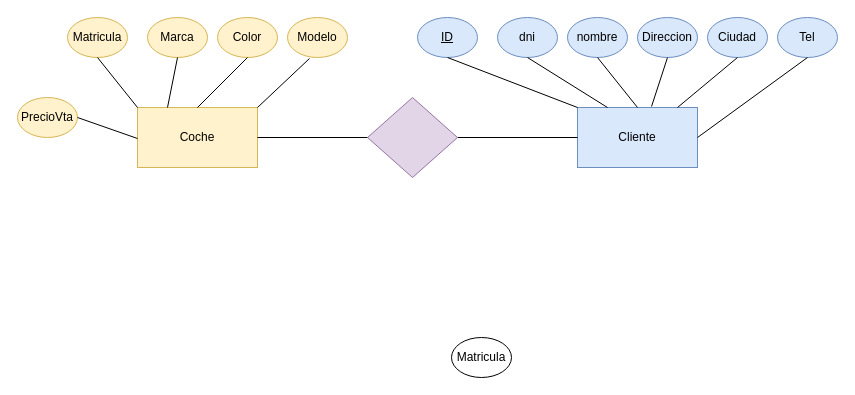
Before: coches.drawio in jesicaacosta/PracticasAutocadMedios1, a draw.io diagram. Source tidied: cells renumbered, new cells numbered last; positions are measured from the earlier drawing's top-left corner, leaving out a move shared by most shapes. Both pictures are drawn from the tidied source at 100%, with x=0, y=0 at pixel (17, 17).
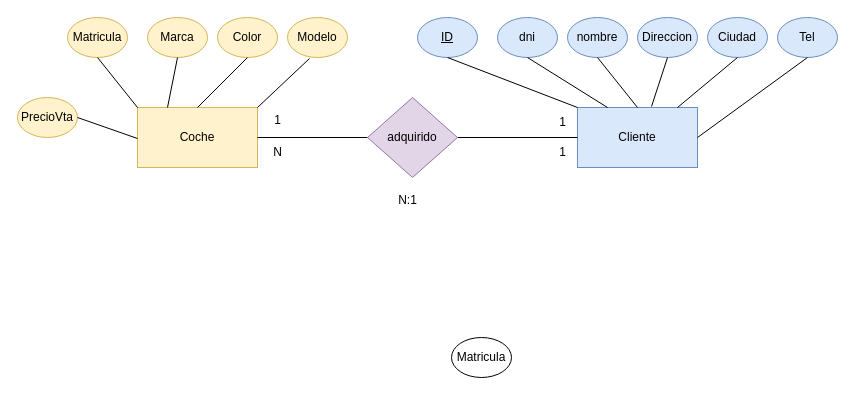
The same page after the edit.

Diff of the diagram source:
```diff
@@
-    <mxCell id="29" style="rhombus;whiteSpace=wrap;html=1;fillColor=#e1d5e7;strokeColor=#9673a6;" parent="1" vertex="1">
+    <mxCell id="29" value="adquirido" style="rhombus;whiteSpace=wrap;html=1;fillColor=#e1d5e7;strokeColor=#9673a6;" parent="1" vertex="1">
       <mxGeometry x="350" y="80" width="90" height="80" as="geometry" />
     </mxCell>
+    <mxCell id="30" value="1" style="text;html=1;align=center;verticalAlign=middle;strokeColor=none;fillColor=none;" parent="1" vertex="1">
+      <mxGeometry x="245" y="88" width="30" height="30" as="geometry" />
+    </mxCell>
+    <mxCell id="31" value="1" style="text;html=1;align=center;verticalAlign=middle;strokeColor=none;fillColor=none;" parent="1" vertex="1">
+      <mxGeometry x="530" y="90" width="30" height="30" as="geometry" />
+    </mxCell>
+    <mxCell id="32" value="1" style="text;html=1;align=center;verticalAlign=middle;strokeColor=none;fillColor=none;" parent="1" vertex="1">
+      <mxGeometry x="530" y="120" width="30" height="30" as="geometry" />
+    </mxCell>
+    <mxCell id="33" value="N" style="text;html=1;align=center;verticalAlign=middle;strokeColor=none;fillColor=none;" parent="1" vertex="1">
+      <mxGeometry x="245" y="120" width="30" height="30" as="geometry" />
+    </mxCell>
+    <mxCell id="34" value="N:1" style="text;html=1;align=center;verticalAlign=middle;strokeColor=none;fillColor=none;" parent="1" vertex="1">
+      <mxGeometry x="370" y="168" width="40" height="30" as="geometry" />
+    </mxCell>
```
